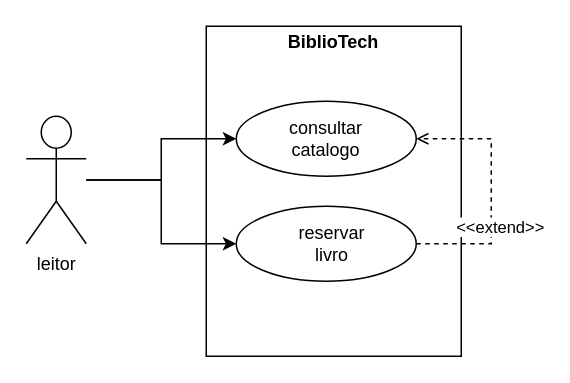
Before: Atividade-17/Diagrama_caso_de_uso.drawio in rodrigobatista1705/Analise_de_Projetos_de_Sistemas, a draw.io diagram. Source tidied: cells renumbered, new cells numbered last; positions are measured from the earlier drawing's top-left corner, leaving out a move shared by most shapes. Both pictures are drawn from the tidied source at 150%, with x=0, y=0 at pixel (26, 26).
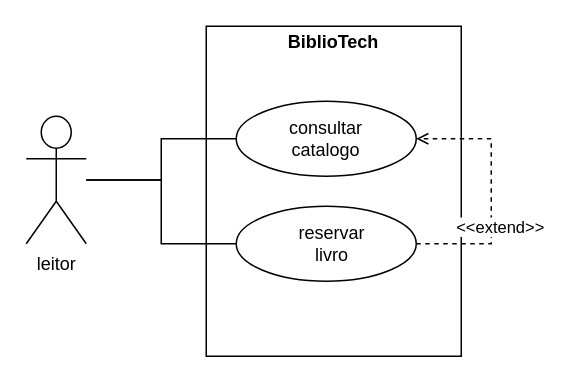
The same page after the edit.

What changed in the source:
```diff
@@
 <mxGraphModel>
   <root>
     <mxCell id="0" />
     <mxCell id="1" parent="0" />
     <mxCell id="2" value="&lt;p style=&quot;margin:0px;margin-top:4px;text-align:center;&quot;&gt;&lt;b&gt;BiblioTech&lt;/b&gt;&lt;/p&gt;" style="verticalAlign=top;align=left;overflow=fill;html=1;whiteSpace=wrap;" parent="1" vertex="1">
       <mxGeometry x="120" width="170" height="220" as="geometry" />
     </mxCell>
     <mxCell id="3" style="ellipse;whiteSpace=wrap;html=1;shapeInside=1;" parent="1" vertex="1">
       <mxGeometry x="140" y="50" width="120" height="50" as="geometry" />
     </mxCell>
     <mxCell id="4" value="consultar catalogo" style="text;html=1;whiteSpace=wrap;strokeColor=none;fillColor=none;align=center;verticalAlign=middle;rounded=0;" parent="1" vertex="1">
       <mxGeometry x="170" y="60" width="60" height="30" as="geometry" />
     </mxCell>
     <mxCell id="5" style="edgeStyle=orthogonalEdgeStyle;rounded=0;jettySize=auto;html=1;entryX=1;entryY=0.5;entryDx=0;entryDy=0;exitX=1;exitY=0.5;exitDx=0;exitDy=0;dashed=1;endArrow=open;endFill=0;" parent="1" edge="1" source="7" target="3">
       <mxGeometry relative="1" as="geometry">
         <Array as="points">
           <mxPoint x="310" y="145" />
           <mxPoint x="310" y="75" />
         </Array>
       </mxGeometry>
     </mxCell>
     <mxCell id="6" value="&amp;lt;&amp;lt;extend&amp;gt;&amp;gt;" style="edgeLabel;html=1;align=center;verticalAlign=middle;" parent="5" vertex="1">
       <mxGeometry x="-0.27" y="-5" relative="1" as="geometry" />
     </mxCell>
     <mxCell id="7" style="ellipse;whiteSpace=wrap;html=1;shapeInside=1;" parent="1" vertex="1">
       <mxGeometry x="140" y="120" width="120" height="50" as="geometry" />
     </mxCell>
     <mxCell id="8" value="reservar livro" style="text;html=1;whiteSpace=wrap;strokeColor=none;fillColor=none;align=center;verticalAlign=middle;rounded=0;" parent="1" vertex="1">
       <mxGeometry x="174" y="130" width="60" height="30" as="geometry" />
     </mxCell>
-    <mxCell id="9" style="edgeStyle=orthogonalEdgeStyle;rounded=0;jettySize=auto;html=1;entryX=0;entryY=0.5;entryDx=0;entryDy=0;" parent="1" edge="1" source="11" target="3">
+    <mxCell id="9" style="edgeStyle=orthogonalEdgeStyle;rounded=0;jettySize=auto;html=1;entryX=0;entryY=0.5;entryDx=0;entryDy=0;endArrow=none;endFill=0;" parent="1" edge="1" source="11" target="3">
       <mxGeometry relative="1" as="geometry" />
     </mxCell>
-    <mxCell id="10" style="edgeStyle=orthogonalEdgeStyle;rounded=0;jettySize=auto;html=1;entryX=0;entryY=0.5;entryDx=0;entryDy=0;" parent="1" edge="1" source="11" target="7">
+    <mxCell id="10" style="edgeStyle=orthogonalEdgeStyle;rounded=0;jettySize=auto;html=1;entryX=0;entryY=0.5;entryDx=0;entryDy=0;endArrow=none;endFill=0;" parent="1" edge="1" source="11" target="7">
       <mxGeometry relative="1" as="geometry" />
     </mxCell>
     <mxCell id="11" value="leitor" style="shape=umlActor;verticalLabelPosition=bottom;verticalAlign=top;html=1;outlineConnect=0;" parent="1" vertex="1">
       <mxGeometry y="60" width="40" height="85" as="geometry" />
     </mxCell>
   </root>
 </mxGraphModel>
```
